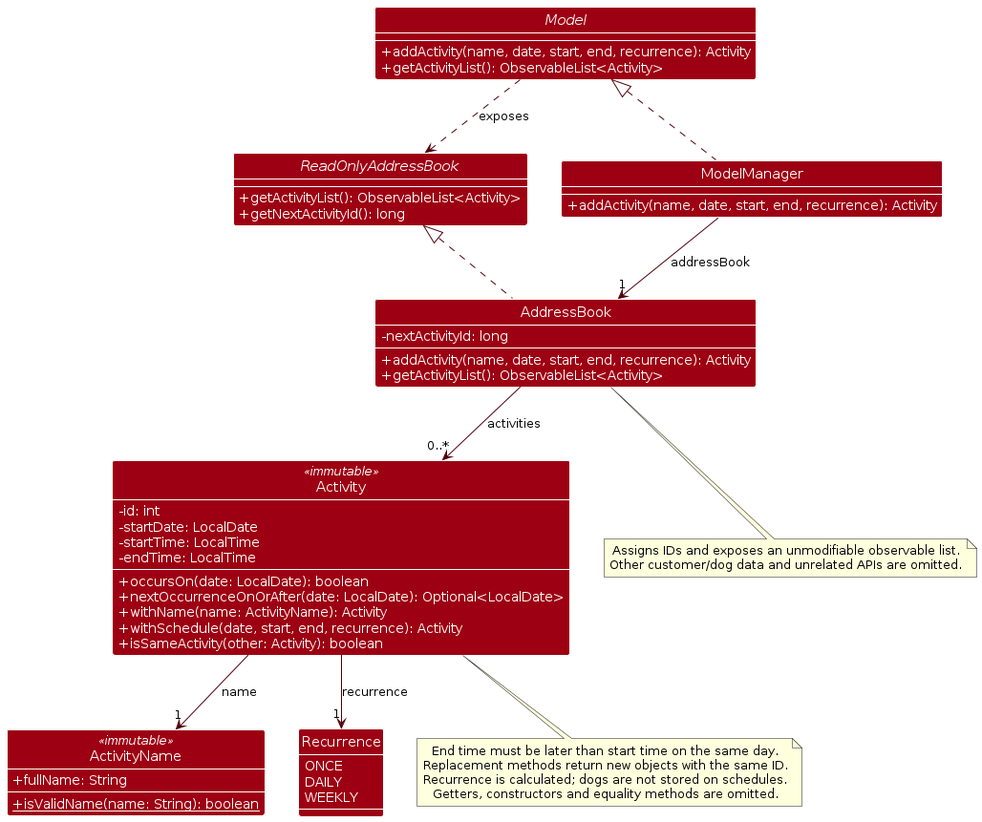
Before: diagrams/ActivityClassDiagram.png, a diagram exported from PlantUML (AY2627S1-CS2103T-T15-4/tp). Its source is kept beside it as diagrams/ActivityClassDiagram.puml. Source of this version:
```plantuml
@startuml
!include style.puml
skinparam arrowColor MODEL_COLOR_T4
skinparam classBackgroundColor MODEL_COLOR
skinparam classAttributeIconSize 0
skinparam classAttributeFontColor #FFFFFF
skinparam ArrowFontStyle plain
show members

interface Model {
  +addActivity(name, date, start, end, recurrence): Activity
  +getActivityList(): ObservableList<Activity>
}

class ModelManager {
  +addActivity(name, date, start, end, recurrence): Activity
}

interface ReadOnlyAddressBook {
  +getActivityList(): ObservableList<Activity>
  +getNextActivityId(): long
}

class AddressBook {
  -nextActivityId: long
  +addActivity(name, date, start, end, recurrence): Activity
  +getActivityList(): ObservableList<Activity>
}

class Activity <<immutable>> {
  -id: int
  -startDate: LocalDate
  -startTime: LocalTime
  -endTime: LocalTime
  +occursOn(date: LocalDate): boolean
  +nextOccurrenceOnOrAfter(date: LocalDate): Optional<LocalDate>
  +withName(name: ActivityName): Activity
  +withSchedule(date, start, end, recurrence): Activity
  +isSameActivity(other: Activity): boolean
}

class ActivityName <<immutable>> {
  +fullName: String
  +{static} isValidName(name: String): boolean
}

enum Recurrence {
  ONCE
  DAILY
  WEEKLY
}

ModelManager .up.|> Model
ModelManager --> "1" AddressBook : addressBook
Model ..> ReadOnlyAddressBook : exposes
AddressBook .up.|> ReadOnlyAddressBook
AddressBook --> "0..*" Activity : activities
Activity --> "1" ActivityName : name
Activity --> "1" Recurrence : recurrence

note bottom of AddressBook
  Assigns IDs and exposes an unmodifiable observable list.
  Other customer/dog data and unrelated APIs are omitted.
end note

note bottom of Activity
  End time must be later than start time on the same day.
  Replacement methods return new objects with the same ID.
  Recurrence is calculated; dogs are not stored on schedules.
  Getters, constructors and equality methods are omitted.
end note
@enduml
```
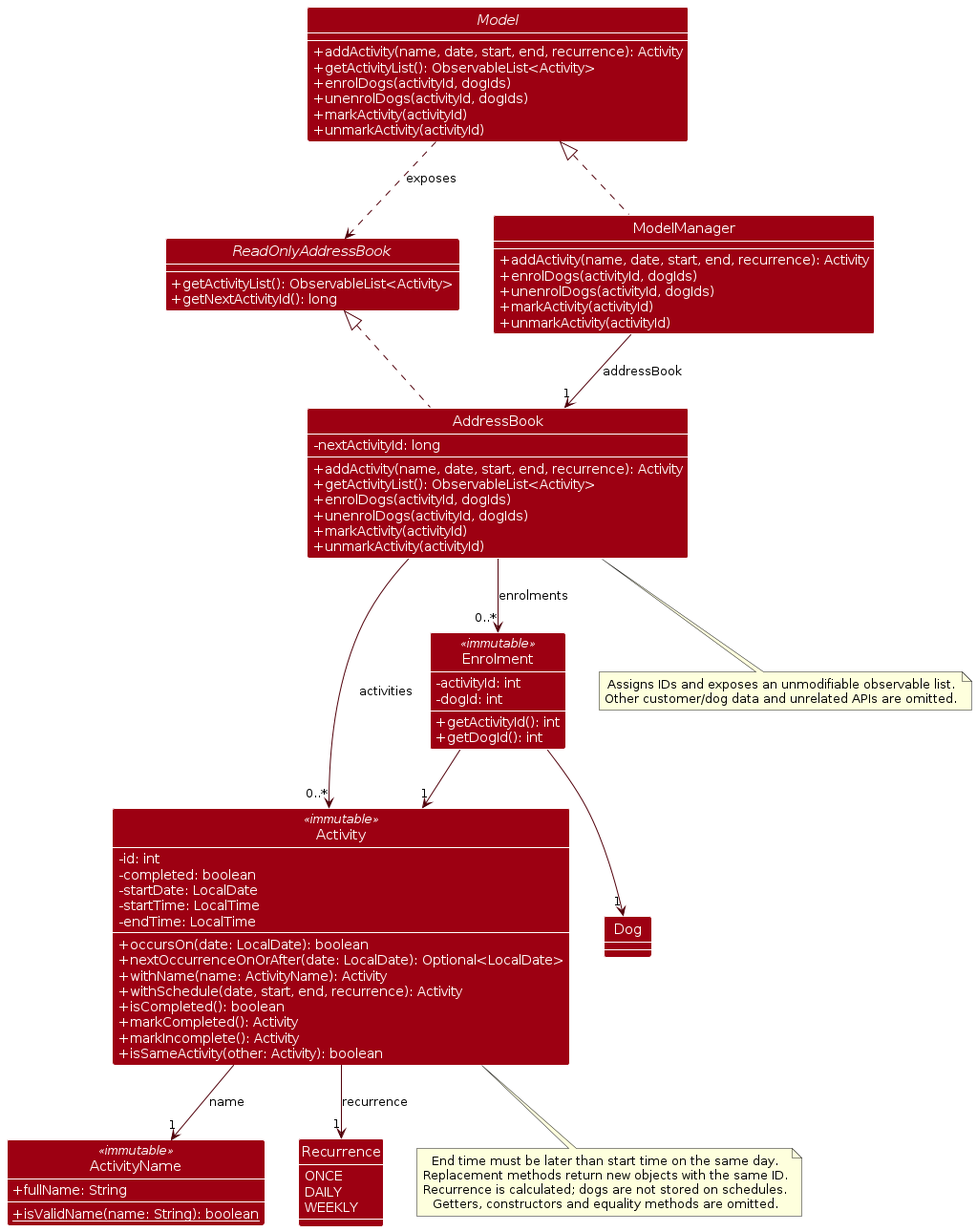
Above is the later version.

Diff of the diagram source:
```diff
@@ -10,10 +10,18 @@
 interface Model {
   +addActivity(name, date, start, end, recurrence): Activity
   +getActivityList(): ObservableList<Activity>
+  +enrolDogs(activityId, dogIds)
+  +unenrolDogs(activityId, dogIds)
+  +markActivity(activityId)
+  +unmarkActivity(activityId)
 }
 
 class ModelManager {
   +addActivity(name, date, start, end, recurrence): Activity
+  +enrolDogs(activityId, dogIds)
+  +unenrolDogs(activityId, dogIds)
+  +markActivity(activityId)
+  +unmarkActivity(activityId)
 }
 
 interface ReadOnlyAddressBook {
@@ -25,10 +33,15 @@
   -nextActivityId: long
   +addActivity(name, date, start, end, recurrence): Activity
   +getActivityList(): ObservableList<Activity>
+  +enrolDogs(activityId, dogIds)
+  +unenrolDogs(activityId, dogIds)
+  +markActivity(activityId)
+  +unmarkActivity(activityId)
 }
 
 class Activity <<immutable>> {
   -id: int
+  -completed: boolean
   -startDate: LocalDate
   -startTime: LocalTime
   -endTime: LocalTime
@@ -36,7 +49,17 @@
   +nextOccurrenceOnOrAfter(date: LocalDate): Optional<LocalDate>
   +withName(name: ActivityName): Activity
   +withSchedule(date, start, end, recurrence): Activity
+  +isCompleted(): boolean
+  +markCompleted(): Activity
+  +markIncomplete(): Activity
   +isSameActivity(other: Activity): boolean
+}
+
+class Enrolment <<immutable>> {
+  -activityId: int
+  -dogId: int
+  +getActivityId(): int
+  +getDogId(): int
 }
 
 class ActivityName <<immutable>> {
@@ -55,6 +78,9 @@
 Model ..> ReadOnlyAddressBook : exposes
 AddressBook .up.|> ReadOnlyAddressBook
 AddressBook --> "0..*" Activity : activities
+AddressBook --> "0..*" Enrolment : enrolments
+Enrolment --> "1" Activity
+Enrolment --> "1" Dog
 Activity --> "1" ActivityName : name
 Activity --> "1" Recurrence : recurrence
 
```
